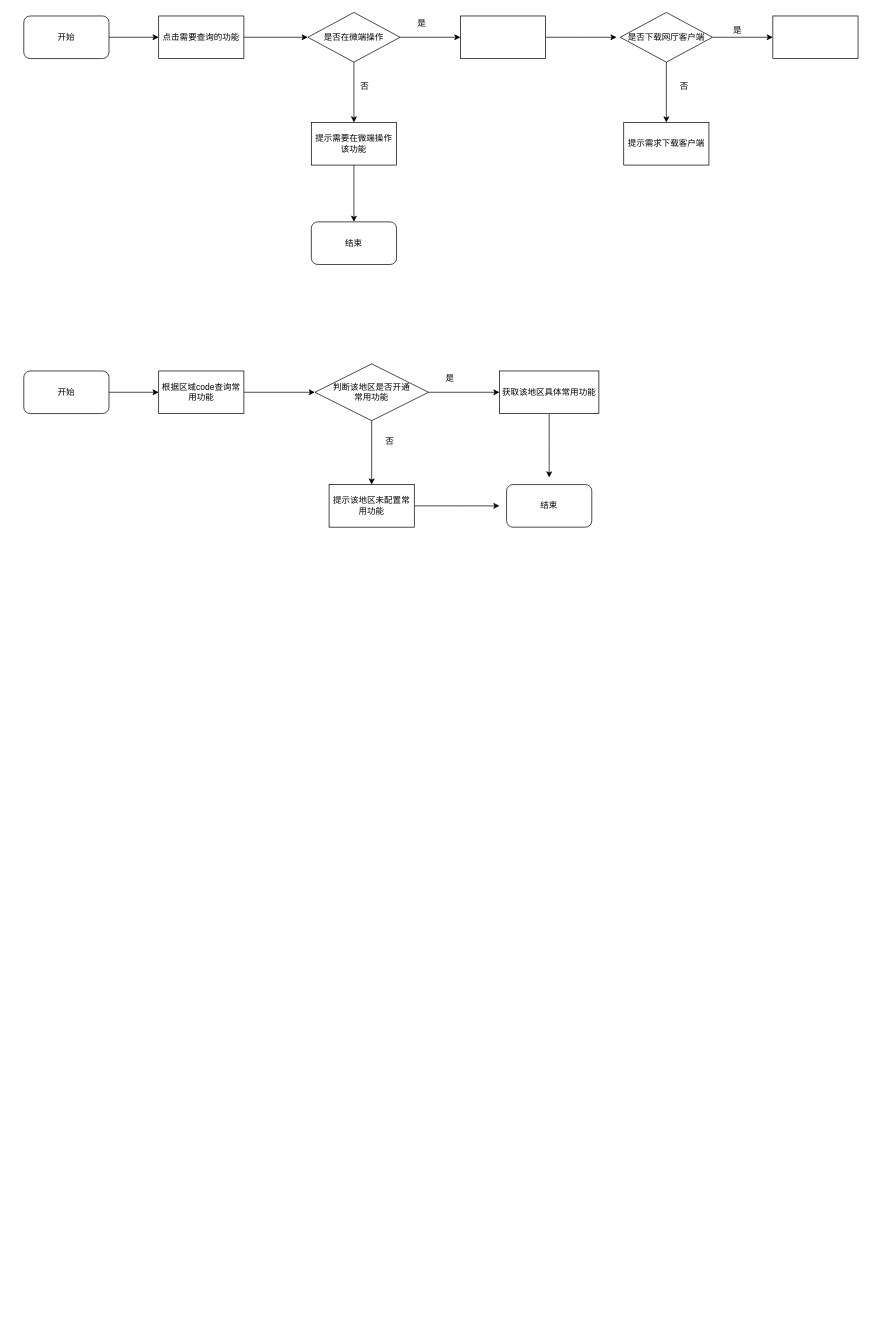
Above: 常用功能业务逻辑流程图.drawio in YYB1024/myRemoteRepo (draw.io), before the change. Source tidied: cells renumbered, new cells numbered last; positions are measured from the earlier drawing's top-left corner, leaving out a move shared by most shapes. Both pictures are drawn from the tidied source at 71%, with x=0, y=0 at pixel (23, 12).
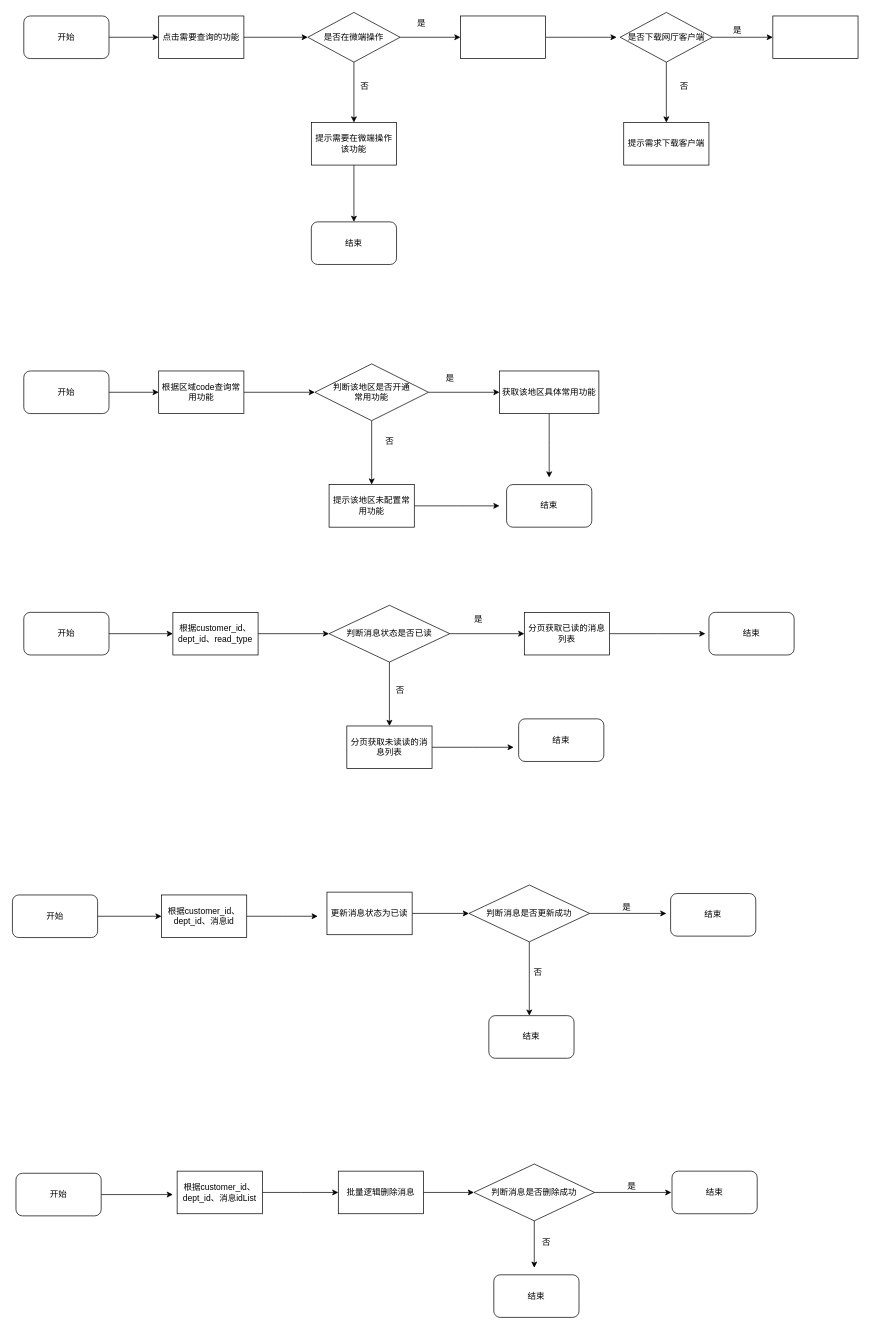
The same page after the edit.

Commit message:
Update 常用功能业务逻辑流程图.drawio

The edit, as a diff of the source:
```diff
@@
+    <mxCell id="37" style="edgeStyle=orthogonalEdgeStyle;rounded=0;jettySize=auto;html=1;entryX=0;entryY=0.5;entryDx=0;entryDy=0;" parent="1" edge="1" source="38" target="40">
+      <mxGeometry relative="1" as="geometry" />
+    </mxCell>
+    <mxCell id="38" value="开始" style="rounded=1;whiteSpace=wrap;html=1;" parent="1" vertex="1">
+      <mxGeometry y="845" width="120" height="60" as="geometry" />
+    </mxCell>
+    <mxCell id="39" style="edgeStyle=orthogonalEdgeStyle;rounded=0;jettySize=auto;html=1;" parent="1" edge="1" source="40" target="43">
+      <mxGeometry relative="1" as="geometry" />
+    </mxCell>
+    <mxCell id="40" value="根据customer_id、dept_id、read_type" style="rounded=0;whiteSpace=wrap;html=1;" parent="1" vertex="1">
+      <mxGeometry x="210" y="845" width="120" height="60" as="geometry" />
+    </mxCell>
+    <mxCell id="41" style="edgeStyle=orthogonalEdgeStyle;rounded=0;jettySize=auto;html=1;" parent="1" edge="1" source="43" target="45">
+      <mxGeometry relative="1" as="geometry" />
+    </mxCell>
+    <mxCell id="42" style="edgeStyle=orthogonalEdgeStyle;rounded=0;jettySize=auto;html=1;" parent="1" edge="1" source="43" target="47">
+      <mxGeometry relative="1" as="geometry" />
+    </mxCell>
+    <mxCell id="43" value="判断消息状态是否已读" style="rhombus;whiteSpace=wrap;html=1;rounded=0;" parent="1" vertex="1">
+      <mxGeometry x="430" y="835" width="170" height="80" as="geometry" />
+    </mxCell>
+    <mxCell id="44" style="edgeStyle=orthogonalEdgeStyle;rounded=0;jettySize=auto;html=1;" parent="1" edge="1" source="45">
+      <mxGeometry relative="1" as="geometry">
+        <mxPoint x="960" y="875" as="targetPoint" />
+      </mxGeometry>
+    </mxCell>
+    <mxCell id="45" value="分页获取已读的消息列表" style="whiteSpace=wrap;html=1;rounded=0;" parent="1" vertex="1">
+      <mxGeometry x="705" y="845" width="120" height="60" as="geometry" />
+    </mxCell>
+    <mxCell id="46" style="edgeStyle=orthogonalEdgeStyle;rounded=0;jettySize=auto;html=1;" parent="1" edge="1" source="47">
+      <mxGeometry relative="1" as="geometry">
+        <mxPoint x="690" y="1035" as="targetPoint" />
+      </mxGeometry>
+    </mxCell>
+    <mxCell id="47" value="&lt;span&gt;分页获取未读读的消息列表&lt;/span&gt;" style="whiteSpace=wrap;html=1;rounded=0;" parent="1" vertex="1">
+      <mxGeometry x="455" y="1005" width="120" height="60" as="geometry" />
+    </mxCell>
+    <mxCell id="48" value="是" style="text;html=1;align=center;verticalAlign=middle;strokeColor=none;fillColor=none;" parent="1" vertex="1">
+      <mxGeometry x="625" y="845" width="30" height="20" as="geometry" />
+    </mxCell>
+    <mxCell id="49" value="结束" style="rounded=1;whiteSpace=wrap;html=1;" parent="1" vertex="1">
+      <mxGeometry x="965" y="845" width="120" height="60" as="geometry" />
+    </mxCell>
+    <mxCell id="50" value="否" style="text;html=1;align=center;verticalAlign=middle;strokeColor=none;fillColor=none;" parent="1" vertex="1">
+      <mxGeometry x="515" y="945" width="30" height="20" as="geometry" />
+    </mxCell>
+    <mxCell id="51" value="结束" style="rounded=1;whiteSpace=wrap;html=1;" parent="1" vertex="1">
+      <mxGeometry x="697" y="995" width="120" height="60" as="geometry" />
+    </mxCell>
+    <mxCell id="52" style="edgeStyle=orthogonalEdgeStyle;rounded=0;jettySize=auto;html=1;entryX=0;entryY=0.5;entryDx=0;entryDy=0;" parent="1" edge="1" source="53" target="55">
+      <mxGeometry relative="1" as="geometry" />
+    </mxCell>
+    <mxCell id="53" value="开始" style="rounded=1;whiteSpace=wrap;html=1;" parent="1" vertex="1">
+      <mxGeometry x="-16" y="1243" width="120" height="60" as="geometry" />
+    </mxCell>
+    <mxCell id="54" style="edgeStyle=orthogonalEdgeStyle;rounded=0;jettySize=auto;html=1;" parent="1" edge="1" source="55">
+      <mxGeometry relative="1" as="geometry">
+        <mxPoint x="414" y="1273" as="targetPoint" />
+      </mxGeometry>
+    </mxCell>
+    <mxCell id="55" value="根据customer_id、dept_id、消息id" style="rounded=0;whiteSpace=wrap;html=1;" parent="1" vertex="1">
+      <mxGeometry x="194" y="1243" width="120" height="60" as="geometry" />
+    </mxCell>
+    <mxCell id="56" style="edgeStyle=orthogonalEdgeStyle;rounded=0;jettySize=auto;html=1;" parent="1" edge="1" source="59">
+      <mxGeometry relative="1" as="geometry">
+        <mxPoint x="905" y="1269" as="targetPoint" />
+      </mxGeometry>
+    </mxCell>
+    <mxCell id="57" style="edgeStyle=orthogonalEdgeStyle;rounded=0;orthogonalLoop=1;jettySize=auto;html=1;" parent="1" edge="1">
+      <mxGeometry relative="1" as="geometry">
+        <mxPoint x="719" y="1702" as="sourcePoint" />
+        <mxPoint x="719" y="1768" as="targetPoint" />
+      </mxGeometry>
+    </mxCell>
+    <mxCell id="58" style="edgeStyle=orthogonalEdgeStyle;rounded=0;jettySize=auto;html=1;" parent="1" edge="1" source="59">
+      <mxGeometry relative="1" as="geometry">
+        <mxPoint x="712" y="1413" as="targetPoint" />
+      </mxGeometry>
+    </mxCell>
+    <mxCell id="59" value="判断消息是否更新成功" style="rhombus;whiteSpace=wrap;html=1;rounded=0;" parent="1" vertex="1">
+      <mxGeometry x="627" y="1229" width="170" height="80" as="geometry" />
+    </mxCell>
+    <mxCell id="60" style="edgeStyle=orthogonalEdgeStyle;rounded=0;jettySize=auto;html=1;" parent="1" edge="1" source="61" target="59">
+      <mxGeometry relative="1" as="geometry" />
+    </mxCell>
+    <mxCell id="61" value="更新消息状态为已读" style="whiteSpace=wrap;html=1;rounded=0;" parent="1" vertex="1">
+      <mxGeometry x="427" y="1239" width="120" height="60" as="geometry" />
+    </mxCell>
+    <mxCell id="62" value="是" style="text;html=1;align=center;verticalAlign=middle;strokeColor=none;fillColor=none;" parent="1" vertex="1">
+      <mxGeometry x="838" y="1251" width="22" height="18" as="geometry" />
+    </mxCell>
+    <mxCell id="63" value="结束" style="rounded=1;whiteSpace=wrap;html=1;" parent="1" vertex="1">
+      <mxGeometry x="911" y="1241" width="120" height="60" as="geometry" />
+    </mxCell>
+    <mxCell id="64" value="结束" style="rounded=1;whiteSpace=wrap;html=1;" parent="1" vertex="1">
+      <mxGeometry x="662" y="1778" width="120" height="60" as="geometry" />
+    </mxCell>
+    <mxCell id="65" value="否" style="text;html=1;align=center;verticalAlign=middle;strokeColor=none;fillColor=none;" parent="1" vertex="1">
+      <mxGeometry x="725" y="1723" width="22" height="18" as="geometry" />
+    </mxCell>
+    <mxCell id="66" style="edgeStyle=orthogonalEdgeStyle;rounded=0;jettySize=auto;html=1;" parent="1" edge="1" source="67">
+      <mxGeometry relative="1" as="geometry">
+        <mxPoint x="210" y="1665" as="targetPoint" />
+      </mxGeometry>
+    </mxCell>
+    <mxCell id="67" value="开始" style="rounded=1;whiteSpace=wrap;html=1;" parent="1" vertex="1">
+      <mxGeometry x="-11" y="1635" width="120" height="60" as="geometry" />
+    </mxCell>
+    <mxCell id="68" style="edgeStyle=orthogonalEdgeStyle;rounded=0;jettySize=auto;html=1;" parent="1" edge="1" source="69">
+      <mxGeometry relative="1" as="geometry">
+        <mxPoint x="443" y="1662" as="targetPoint" />
+      </mxGeometry>
+    </mxCell>
+    <mxCell id="69" value="根据customer_id、dept_id、消息idList" style="rounded=0;whiteSpace=wrap;html=1;" parent="1" vertex="1">
+      <mxGeometry x="216" y="1632" width="120" height="60" as="geometry" />
+    </mxCell>
+    <mxCell id="70" style="edgeStyle=orthogonalEdgeStyle;rounded=0;jettySize=auto;html=1;entryX=0;entryY=0.5;entryDx=0;entryDy=0;" parent="1" edge="1" source="71" target="72">
+      <mxGeometry relative="1" as="geometry" />
+    </mxCell>
+    <mxCell id="71" value="批量逻辑删除消息" style="whiteSpace=wrap;html=1;rounded=0;" parent="1" vertex="1">
+      <mxGeometry x="443" y="1632" width="120" height="60" as="geometry" />
+    </mxCell>
+    <mxCell id="72" value="判断消息是否删除成功" style="rhombus;whiteSpace=wrap;html=1;rounded=0;" parent="1" vertex="1">
+      <mxGeometry x="634" y="1622" width="170" height="80" as="geometry" />
+    </mxCell>
+    <mxCell id="73" style="edgeStyle=orthogonalEdgeStyle;rounded=0;orthogonalLoop=1;jettySize=auto;html=1;" parent="1" edge="1">
+      <mxGeometry relative="1" as="geometry">
+        <mxPoint x="804" y="1662" as="sourcePoint" />
+        <mxPoint x="912" y="1662" as="targetPoint" />
+      </mxGeometry>
+    </mxCell>
+    <mxCell id="74" value="是" style="text;html=1;align=center;verticalAlign=middle;strokeColor=none;fillColor=none;" parent="1" vertex="1">
+      <mxGeometry x="845" y="1644" width="22" height="18" as="geometry" />
+    </mxCell>
+    <mxCell id="75" value="结束" style="rounded=1;whiteSpace=wrap;html=1;" parent="1" vertex="1">
+      <mxGeometry x="913" y="1632" width="120" height="60" as="geometry" />
+    </mxCell>
+    <mxCell id="76" value="结束" style="rounded=1;whiteSpace=wrap;html=1;" parent="1" vertex="1">
+      <mxGeometry x="655" y="1413" width="120" height="60" as="geometry" />
+    </mxCell>
+    <mxCell id="77" value="否" style="text;html=1;align=center;verticalAlign=middle;strokeColor=none;fillColor=none;" parent="1" vertex="1">
+      <mxGeometry x="713" y="1343" width="22" height="18" as="geometry" />
+    </mxCell>
```
